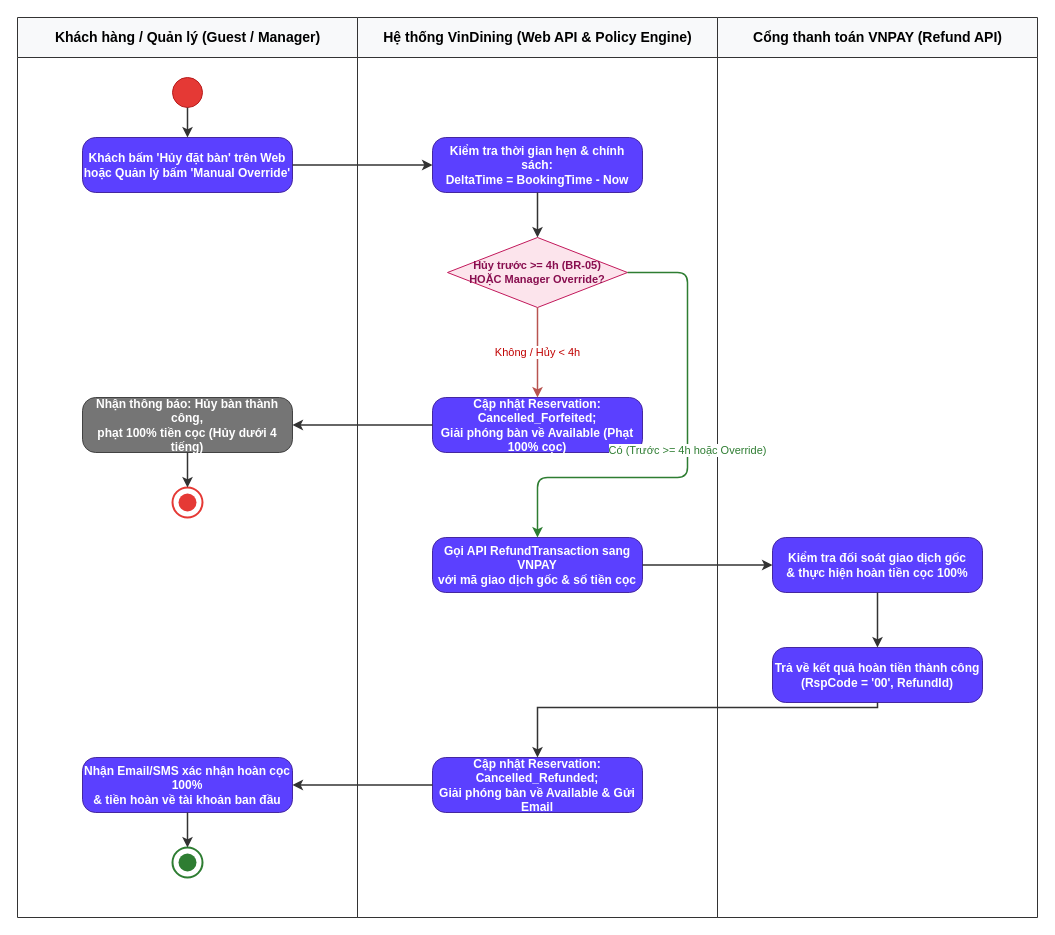
The draw.io diagram docs/phase1/drawio/ad05_cancellation_refund.drawio in AndrewQng/VinDining, before the edit. Source tidied: cells renumbered, new cells numbered last; positions are measured from the earlier drawing's top-left corner, leaving out a move shared by most shapes. Both pictures are drawn from the tidied source at 100%, with x=0, y=0 at pixel (17, 17).
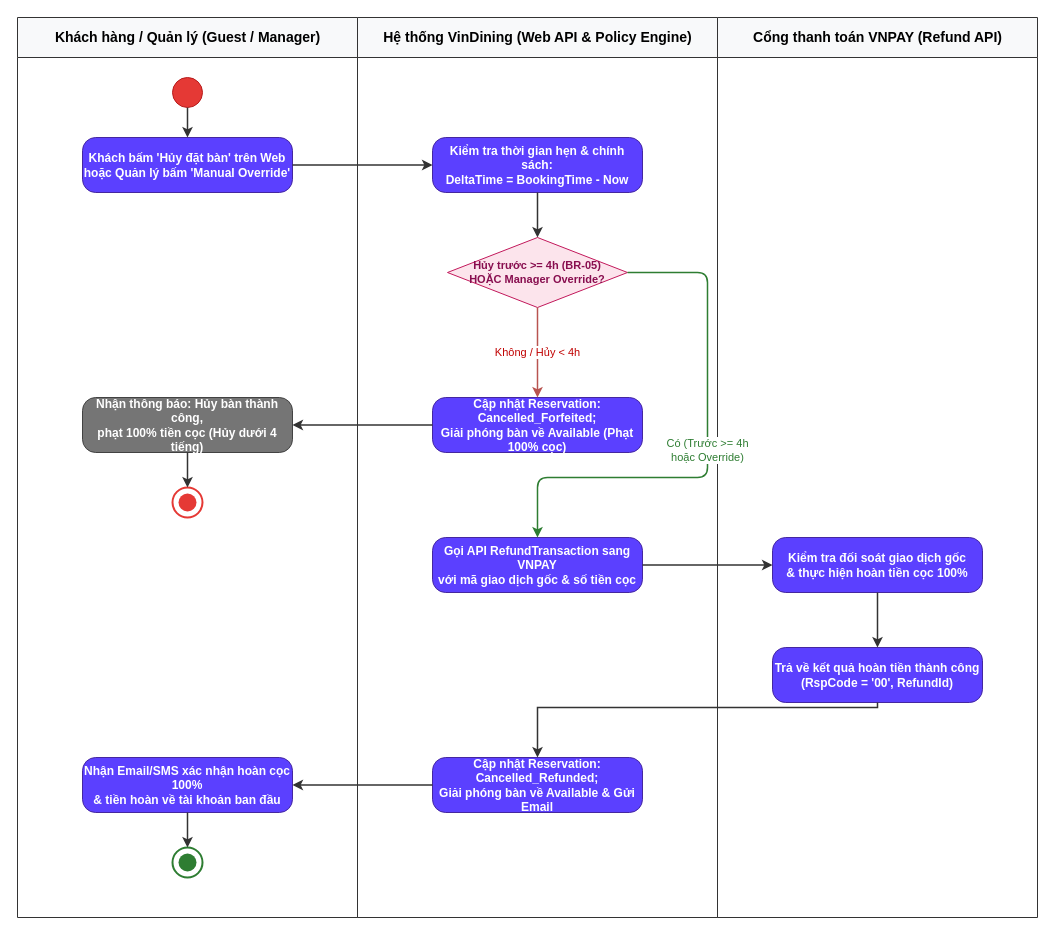
The same page after the edit.

The change refers to these unchanged cells:
```xml
<mxCell id="14" value="Hủy trước &gt;= 4h (BR-05)&#10;HOẶC Manager Override?" style="rhombus;whiteSpace=wrap;html=1;fillColor=#fce4ec;strokeColor=#c2185b;fontColor=#880e4f;fontStyle=1;fontSize=11;align=center;verticalAlign=middle;" parent="3" vertex="1">
  <mxGeometry x="90" y="220" width="180" height="70" as="geometry" />
</mxCell>
<mxCell id="16" value="Gọi API RefundTransaction sang VNPAY&#10;với mã giao dịch gốc &amp; số tiền cọc" style="rounded=1;arcSize=24;whiteSpace=wrap;html=1;fillColor=#5b40ff;strokeColor=#4527a0;fontColor=#ffffff;fontStyle=1;fontSize=12;align=center;verticalAlign=middle;" parent="3" vertex="1">
  <mxGeometry x="75" y="520" width="210" height="55" as="geometry" />
</mxCell>
```

Diff of the diagram source:
```diff
@@
-    <mxCell id="26" value="Có (Trước &gt;= 4h hoặc Override)" style="edgeStyle=orthogonalEdgeStyle;rounded=1;strokeColor=#2e7d32;strokeWidth=1.5;html=1;fontColor=#2e7d32;labelBackgroundColor=#ffffff;exitX=1;exitY=0.5;entryX=0.5;entryY=0;" parent="1" edge="1" source="14" target="16">
+    <mxCell id="26" value="Có (Trước &gt;= 4h&#10;hoặc Override)" style="edgeStyle=orthogonalEdgeStyle;rounded=1;strokeColor=#2e7d32;strokeWidth=1.5;html=1;fontColor=#2e7d32;labelBackgroundColor=#ffffff;exitX=1;exitY=0.5;entryX=0.5;entryY=0;" parent="1" edge="1" source="14" target="16">
       <mxGeometry relative="1" as="geometry">
         <Array as="points">
-          <mxPoint x="670" y="255" />
-          <mxPoint x="670" y="460" />
+          <mxPoint x="690" y="255" />
+          <mxPoint x="690" y="460" />
           <mxPoint x="520" y="460" />
         </Array>
       </mxGeometry>
     </mxCell>
```
